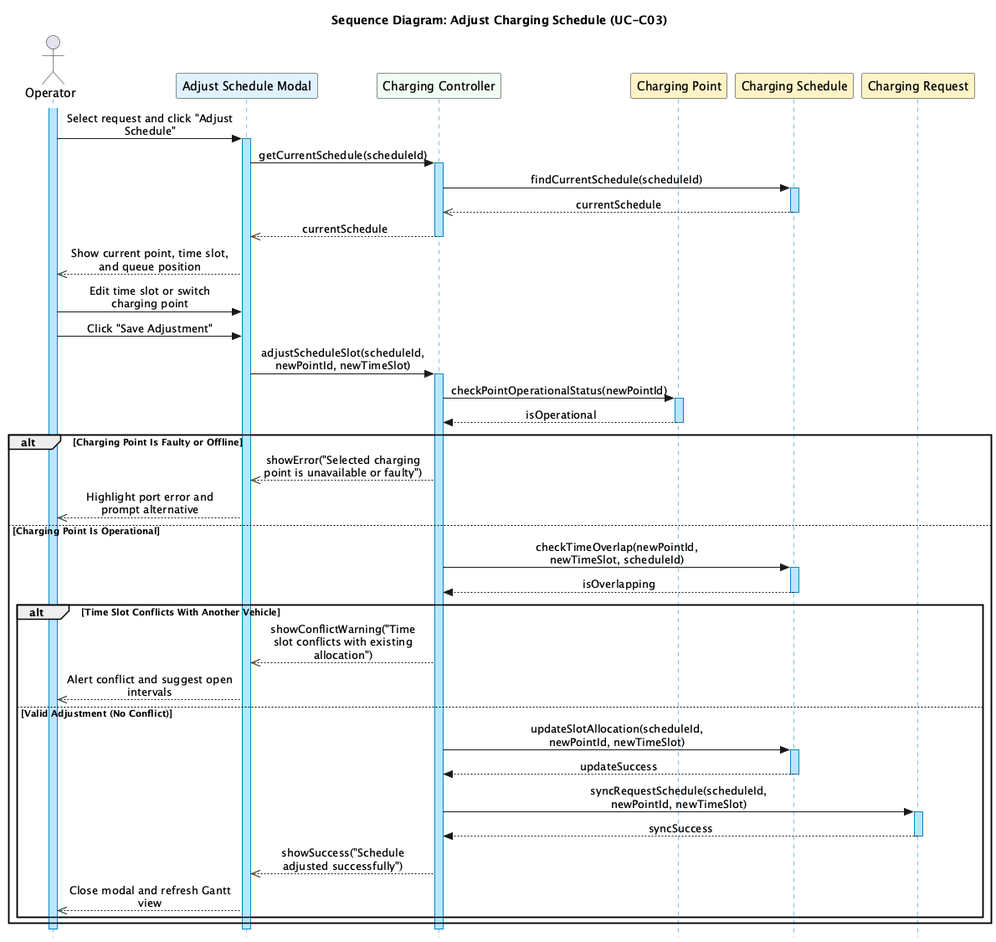
thanhpham1108/smart-e-mobility-hub keeps this PlantUML diagram as docs/submission-2/sequence-diagrams/smart-charging/SD_AdjustChargingSchedule.png. Above is the earlier version.
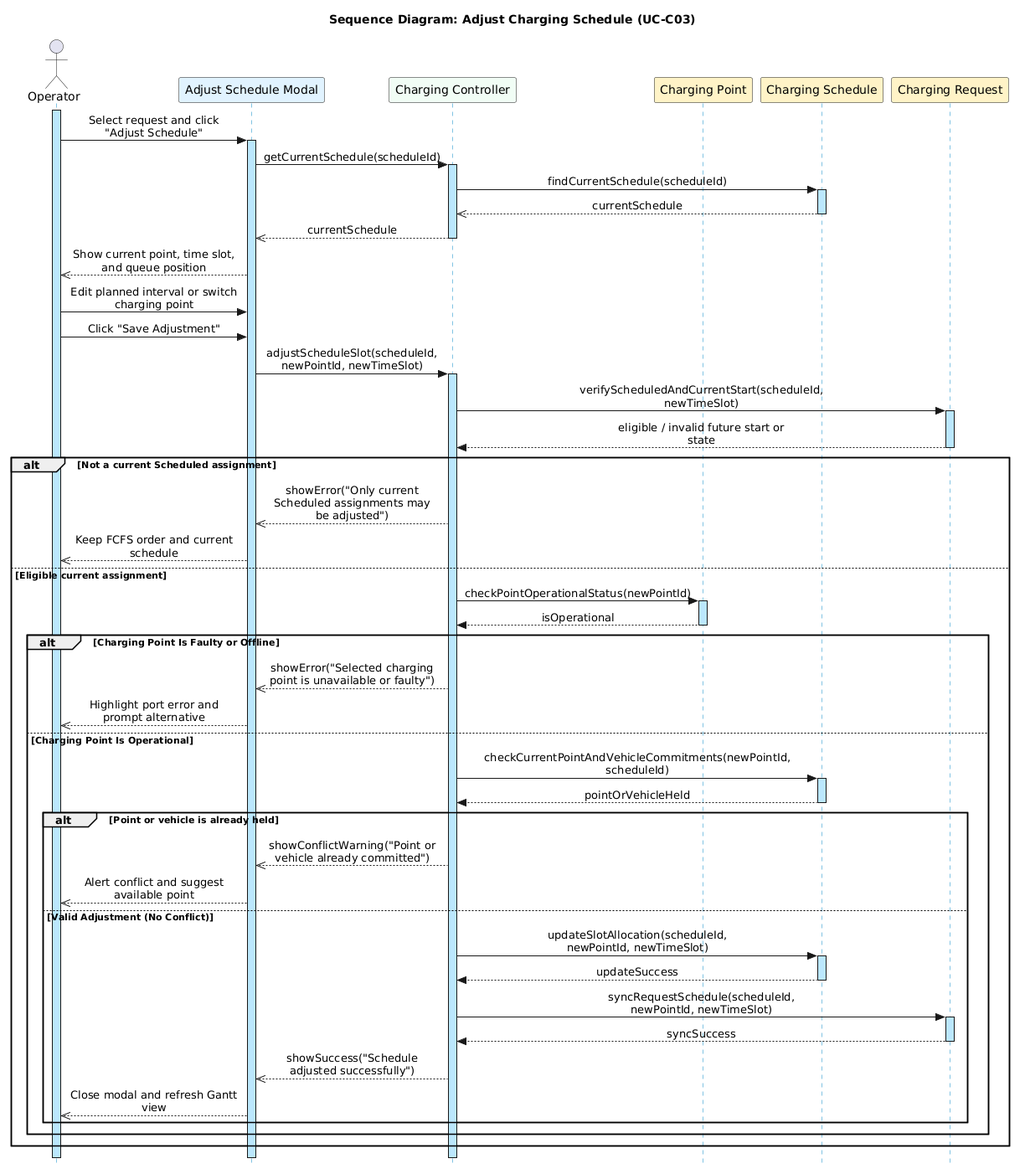
After the commit.

Diff of the diagram source:
```diff
@@ -1,4 +1,4 @@
-@startuml SD_AdjustChargingSchedule
+@startuml
 skinparam style strictuml
 skinparam sequenceMessageAlign center
 skinparam boxPadding 10
@@ -30,11 +30,21 @@
 deactivate Ctrl
 UI -->> Op : Show current point, time slot, and queue position
 
-Op -> UI : Edit time slot or switch charging point
+Op -> UI : Edit planned interval or switch charging point
 Op -> UI : Click "Save Adjustment"
 
 UI -> Ctrl : adjustScheduleSlot(scheduleId, newPointId, newTimeSlot)
 activate Ctrl
+
+Ctrl -> Req : verifyScheduledAndCurrentStart(scheduleId, newTimeSlot)
+activate Req
+Req --> Ctrl : eligible / invalid future start or state
+deactivate Req
+
+alt Not a current Scheduled assignment
+    Ctrl -->> UI : showError("Only current Scheduled assignments may be adjusted")
+    UI -->> Op : Keep FCFS order and current schedule
+else Eligible current assignment
 
 Ctrl -> Point : checkPointOperationalStatus(newPointId)
 activate Point
@@ -45,14 +55,14 @@
     Ctrl -->> UI : showError("Selected charging point is unavailable or faulty")
     UI -->> Op : Highlight port error and prompt alternative
 else Charging Point Is Operational
-    Ctrl -> Sched : checkTimeOverlap(newPointId, newTimeSlot, scheduleId)
+    Ctrl -> Sched : checkCurrentPointAndVehicleCommitments(newPointId, scheduleId)
     activate Sched
-    Sched --> Ctrl : isOverlapping
+    Sched --> Ctrl : pointOrVehicleHeld
     deactivate Sched
 
-    alt Time Slot Conflicts With Another Vehicle
-        Ctrl -->> UI : showConflictWarning("Time slot conflicts with existing allocation")
-        UI -->> Op : Alert conflict and suggest open intervals
+    alt Point or vehicle is already held
+        Ctrl -->> UI : showConflictWarning("Point or vehicle already committed")
+        UI -->> Op : Alert conflict and suggest available point
     else Valid Adjustment (No Conflict)
         Ctrl -> Sched : updateSlotAllocation(scheduleId, newPointId, newTimeSlot)
         activate Sched
@@ -68,6 +78,7 @@
         UI -->> Op : Close modal and refresh Gantt view
     end
 end
+end
 
 deactivate Ctrl
 deactivate UI
```
